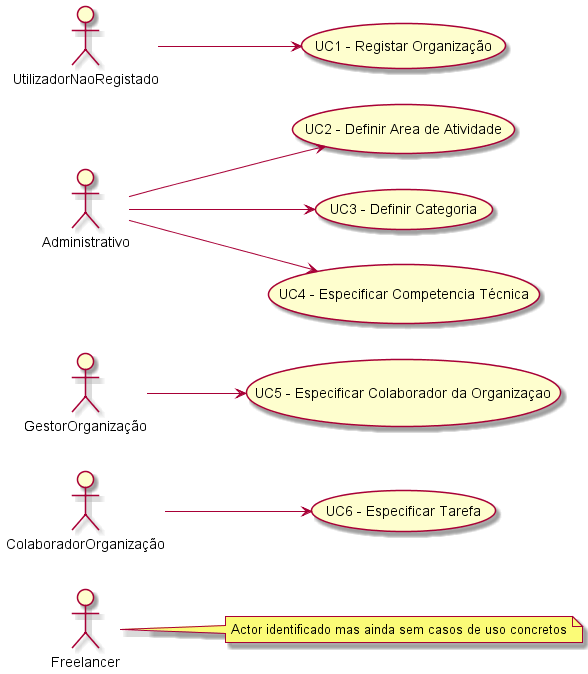
Before: Documentação/Sprint 3/Diagrama_Casos_Uso/Diagrama_Casos_Uso.png, a diagram exported from PlantUML (blestonbandeiraUPSKILL/upskill_java1_labprg_grupo2). The source it was exported from:
```plantuml
@startuml

left to right direction
actor Freelancer
actor ColaboradorOrganização
actor GestorOrganização
actor Administrativo
actor UtilizadorNaoRegistado

note right of Freelancer : Actor identificado mas ainda sem casos de uso concretos

ColaboradorOrganização --> (UC6 - Especificar Tarefa)
GestorOrganização --> (UC5 - Especificar Colaborador da Organizaçao)
Administrativo --> (UC2 - Definir Area de Atividade)
Administrativo --> (UC3 - Definir Categoria)
Administrativo --> (UC4 - Especificar Competencia Técnica)
UtilizadorNaoRegistado --> (UC1 - Registar Organização)
@enduml
```
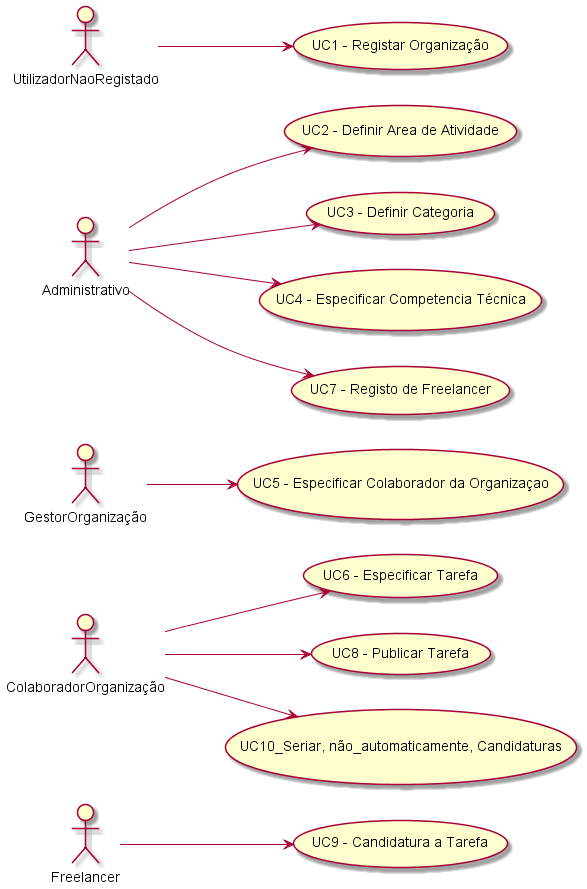
The same diagram one commit later.

Commit message:
diagrama casos uso

What changed in the source:
```diff
@@ -7,12 +7,17 @@
 actor Administrativo
 actor UtilizadorNaoRegistado
 
-note right of Freelancer : Actor identificado mas ainda sem casos de uso concretos
 
+
+
+Freelancer --> (UC9 - Candidatura a Tarefa)
 ColaboradorOrganização --> (UC6 - Especificar Tarefa)
+ColaboradorOrganização --> (UC8 - Publicar Tarefa)
+ColaboradorOrganização --> (UC10_Seriar, não_automaticamente, Candidaturas)
 GestorOrganização --> (UC5 - Especificar Colaborador da Organizaçao)
 Administrativo --> (UC2 - Definir Area de Atividade)
 Administrativo --> (UC3 - Definir Categoria)
 Administrativo --> (UC4 - Especificar Competencia Técnica)
+Administrativo --> (UC7 - Registo de Freelancer)
 UtilizadorNaoRegistado --> (UC1 - Registar Organização)
 @enduml
```
